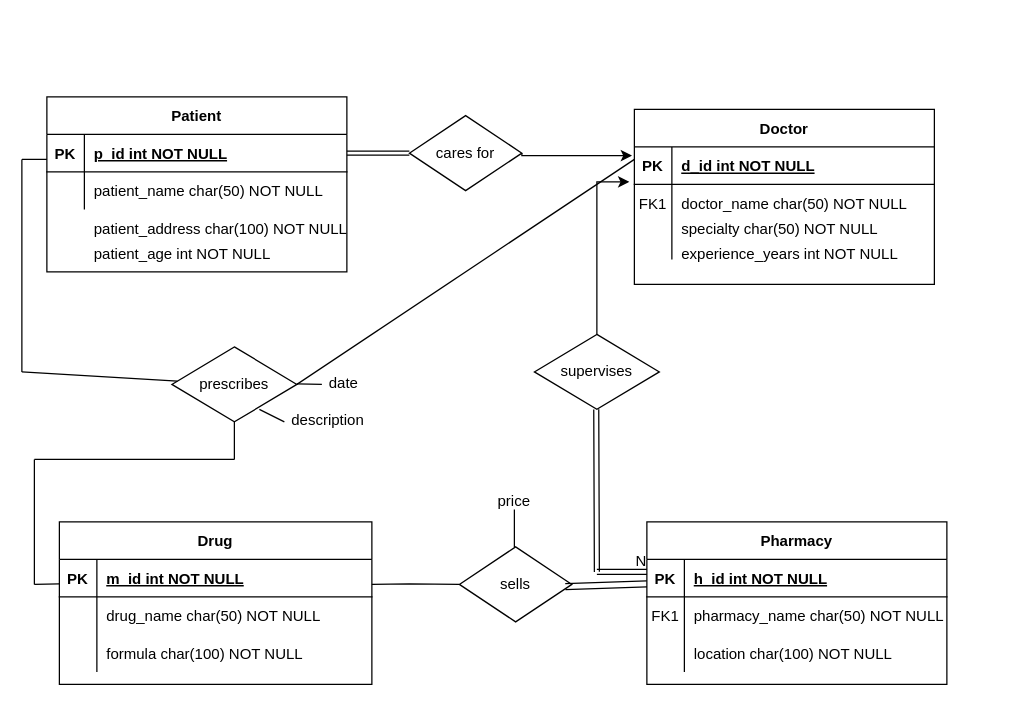
Above: Untitled Diagram.drawio in cbm961/WordPuzzleGame (draw.io), before the change. Source tidied: cells renumbered, new cells numbered last; positions are measured from the earlier drawing's top-left corner, leaving out a move shared by most shapes. Both pictures are drawn from the tidied source at 125%, with x=0, y=0 at pixel (21, 96).
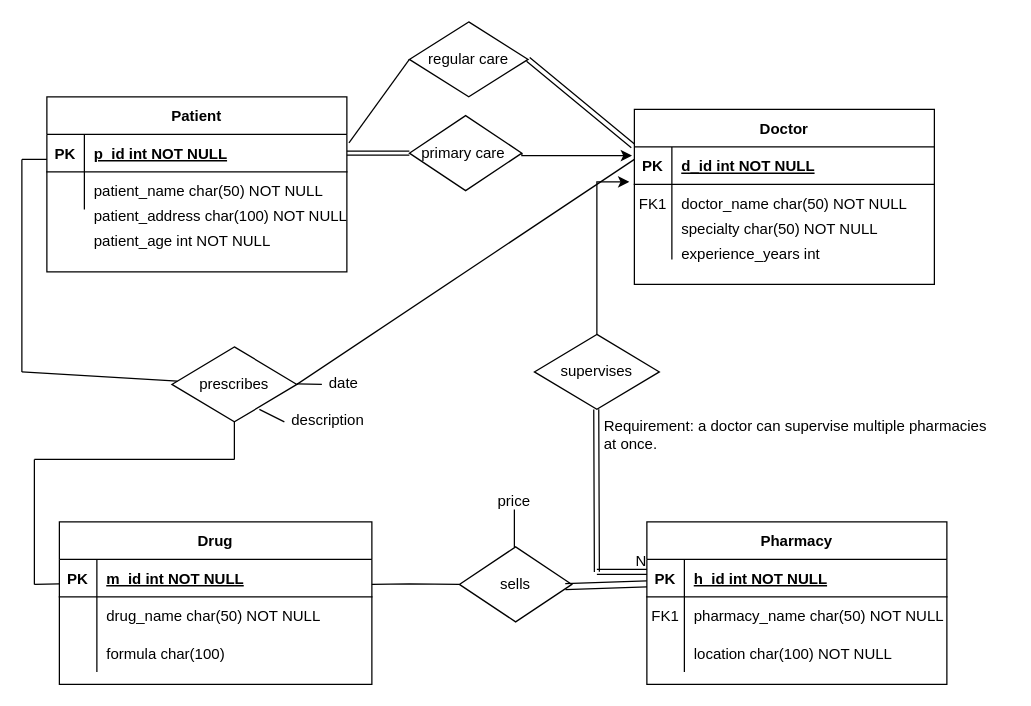
After the change.

The change refers to these unchanged cells:
```xml
<mxCell id="3" style="shape=partialRectangle;fillColor=none;points=[[0,0.5],[1,0.5]];portConstraint=eastwest;top=0;left=0;right=0;bottom=1;" parent="2" vertex="1">
  <mxGeometry y="30" width="240" height="30" as="geometry" />
</mxCell>
<mxCell id="23" style="shape=partialRectangle;fillColor=none;points=[[0,0.5],[1,0.5]];portConstraint=eastwest;top=0;left=0;right=0;bottom=1;" parent="22" vertex="1">
  <mxGeometry y="30" width="240" height="30" as="geometry" />
</mxCell>
<mxCell id="41" style="shape=partialRectangle;fillColor=none;top=0;left=0;right=0;bottom=0;" parent="34" vertex="1">
  <mxGeometry y="90" width="250" height="30" as="geometry" />
</mxCell>
```

The edit, as a diff of the source:
```diff
@@
     <mxCell id="29" value="patient_address char(100) NOT NULL" style="shape=partialRectangle;overflow=hidden;fillColor=none;top=0;left=0;bottom=0;right=0;align=left;spacingLeft=6;" parent="1" vertex="1">
-      <mxGeometry x="50" y="90" width="220" height="30" as="geometry" />
+      <mxGeometry x="50" y="80" width="220" height="30" as="geometry" />
     </mxCell>
     <mxCell id="30" value="patient_age int NOT NULL" style="shape=partialRectangle;overflow=hidden;fillColor=none;top=0;left=0;bottom=0;right=0;align=left;spacingLeft=6;" parent="1" vertex="1">
-      <mxGeometry x="50" y="110" width="220" height="30" as="geometry" />
+      <mxGeometry x="50" y="100" width="220" height="30" as="geometry" />
     </mxCell>
@@
-    <mxCell id="33" value="experience_years int NOT NULL" style="shape=partialRectangle;overflow=hidden;fillColor=none;top=0;left=0;bottom=0;right=0;align=left;spacingLeft=6;" parent="1" vertex="1">
+    <mxCell id="33" value="experience_years int " style="shape=partialRectangle;overflow=hidden;fillColor=none;top=0;left=0;bottom=0;right=0;align=left;spacingLeft=6;" parent="1" vertex="1">
       <mxGeometry x="520" y="110" width="210" height="30" as="geometry" />
     </mxCell>
@@
-    <mxCell id="43" value="formula char(100) NOT NULL" style="shape=partialRectangle;overflow=hidden;fillColor=none;top=0;left=0;bottom=0;right=0;align=left;spacingLeft=6;" parent="41" vertex="1">
+    <mxCell id="43" value="formula char(100) " style="shape=partialRectangle;overflow=hidden;fillColor=none;top=0;left=0;bottom=0;right=0;align=left;spacingLeft=6;" parent="41" vertex="1">
       <mxGeometry x="30" width="220" height="30" as="geometry" />
     </mxCell>
@@
-    <mxCell id="45" value="cares for" style="shape=rhombus;perimeter=rhombusPerimeter;whiteSpace=wrap;html=1;align=center;" parent="1" vertex="1">
+    <mxCell id="45" value="primary care&amp;nbsp;" style="shape=rhombus;perimeter=rhombusPerimeter;whiteSpace=wrap;html=1;align=center;" parent="1" vertex="1">
       <mxGeometry x="310" y="15" width="90" height="60" as="geometry" />
     </mxCell>
@@
+    <mxCell id="70" value="Requirement: a doctor can supervise multiple pharmacies &#10;at once." style="text;strokeColor=none;fillColor=none;spacingLeft=4;spacingRight=4;overflow=hidden;fontSize=12;" parent="1" vertex="1">
+      <mxGeometry x="460" y="250" width="330" height="40" as="geometry" />
+    </mxCell>
+    <mxCell id="71" value="regular care" style="shape=rhombus;perimeter=rhombusPerimeter;whiteSpace=wrap;html=1;align=center;" parent="1" vertex="1">
+      <mxGeometry x="310" y="-60" width="95" height="60" as="geometry" />
+    </mxCell>
+    <mxCell id="72" style="endArrow=none;html=1;rounded=0;exitX=1.007;exitY=0.227;exitDx=0;exitDy=0;exitPerimeter=0;entryX=0;entryY=0.5;entryDx=0;entryDy=0;" parent="1" edge="1" source="23" target="71">
+      <mxGeometry relative="1" as="geometry" />
+    </mxCell>
+    <mxCell id="73" style="shape=link;html=1;rounded=0;entryX=-0.005;entryY=-0.027;entryDx=0;entryDy=0;entryPerimeter=0;exitX=1;exitY=0.5;exitDx=0;exitDy=0;" parent="1" edge="1" source="71" target="3">
+      <mxGeometry relative="1" as="geometry" />
+    </mxCell>
```
